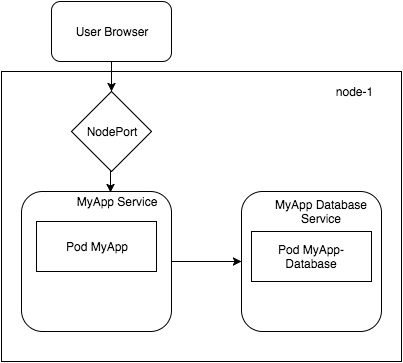
This is Kubernetes_diagram.png from ryanfox1985/kubernetes_example, a draw.io export, as it was before one commit. Source tidied: cells renumbered, new cells last; positions are measured from the earlier drawing's top-left corner, leaving out a move shared by most shapes.
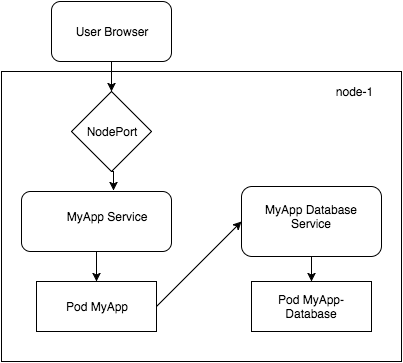
The same diagram one commit later.

Change to the diagram source:
```diff
@@ -8,20 +8,28 @@
     <mxCell id="3" value="node-1" style="text;html=1;strokeColor=none;fillColor=none;align=center;verticalAlign=middle;whiteSpace=wrap;" parent="1" vertex="1">
       <mxGeometry x="325" y="80" width="55" height="20" as="geometry" />
     </mxCell>
+    <mxCell id="15" style="edgeStyle=orthogonalEdgeStyle;rounded=0;html=1;exitX=0.5;exitY=1;entryX=0.5;entryY=0;jettySize=auto;" parent="1" edge="1" source="4" target="8">
+      <mxGeometry relative="1" as="geometry" />
+    </mxCell>
     <mxCell id="4" style="rounded=1;whiteSpace=wrap;html=1;" parent="1" vertex="1">
-      <mxGeometry x="20" y="190" width="150" height="140" as="geometry" />
+      <mxGeometry x="20" y="190" width="150" height="60" as="geometry" />
     </mxCell>
-    <mxCell id="5" style="edgeStyle=orthogonalEdgeStyle;rounded=0;html=1;exitX=0.5;exitY=1;entryX=0.433;entryY=0.05;entryPerimeter=0;jettySize=auto;" parent="1" edge="1" source="6" target="7">
-      <mxGeometry relative="1" as="geometry" />
+    <mxCell id="5" style="edgeStyle=orthogonalEdgeStyle;rounded=0;html=1;exitX=0.5;exitY=1;jettySize=auto;" parent="1" edge="1" source="6">
+      <mxGeometry relative="1" as="geometry">
+        <mxPoint x="112" y="189" as="targetPoint" />
+        <Array as="points">
+          <mxPoint x="112" y="170" />
+        </Array>
+      </mxGeometry>
     </mxCell>
     <mxCell id="6" value="NodePort" style="rhombus;whiteSpace=wrap;html=1;" parent="1" vertex="1">
       <mxGeometry x="70" y="90" width="80" height="80" as="geometry" />
     </mxCell>
     <mxCell id="7" value="MyApp Service" style="text;html=1;strokeColor=none;fillColor=none;align=center;verticalAlign=middle;whiteSpace=wrap;" parent="1" vertex="1">
-      <mxGeometry x="70" y="190" width="90" height="20" as="geometry" />
+      <mxGeometry x="60" y="205" width="90" height="20" as="geometry" />
     </mxCell>
     <mxCell id="8" value="Pod MyApp" style="whiteSpace=wrap;html=1;" parent="1" vertex="1">
-      <mxGeometry x="35" y="220" width="120" height="50" as="geometry" />
+      <mxGeometry x="35" y="280" width="120" height="50" as="geometry" />
     </mxCell>
     <mxCell id="9" value="User Browser" style="rounded=1;whiteSpace=wrap;html=1;" parent="1" vertex="1">
       <mxGeometry x="50" width="120" height="60" as="geometry" />
@@ -29,17 +37,23 @@
     <mxCell id="10" style="endArrow=classic;html=1;exitX=0.5;exitY=1;entryX=0.5;entryY=0;" parent="1" edge="1" source="9" target="6">
       <mxGeometry relative="1" as="geometry" />
     </mxCell>
+    <mxCell id="16" style="edgeStyle=orthogonalEdgeStyle;rounded=0;html=1;exitX=0.5;exitY=1;entryX=0.5;entryY=0;jettySize=auto;" parent="1" edge="1" source="11" target="13">
+      <mxGeometry relative="1" as="geometry" />
+    </mxCell>
     <mxCell id="11" style="rounded=1;whiteSpace=wrap;html=1;" parent="1" vertex="1">
-      <mxGeometry x="240" y="190" width="140" height="140" as="geometry" />
+      <mxGeometry x="240" y="185" width="140" height="70" as="geometry" />
     </mxCell>
     <mxCell id="12" value="MyApp Database Service" style="text;html=1;strokeColor=none;fillColor=none;align=center;verticalAlign=middle;whiteSpace=wrap;" parent="1" vertex="1">
-      <mxGeometry x="270" y="200" width="100" height="20" as="geometry" />
+      <mxGeometry x="260" y="205" width="100" height="20" as="geometry" />
     </mxCell>
     <mxCell id="13" value="Pod MyApp-Database" style="whiteSpace=wrap;html=1;" parent="1" vertex="1">
-      <mxGeometry x="250" y="230" width="120" height="50" as="geometry" />
+      <mxGeometry x="250" y="280" width="120" height="50" as="geometry" />
     </mxCell>
-    <mxCell id="14" style="endArrow=classic;html=1;entryX=0;entryY=0.5;exitX=1;exitY=0.5;" parent="1" edge="1" source="4" target="11">
+    <mxCell id="14" style="endArrow=classic;html=1;entryX=0;entryY=0.5;exitX=1;exitY=0.5;" parent="1" edge="1" source="8" target="11">
       <mxGeometry relative="1" as="geometry" />
     </mxCell>
+    <mxCell id="17" style="edgeStyle=orthogonalEdgeStyle;rounded=0;html=1;exitX=0.5;exitY=1;entryX=0.5;entryY=1;jettySize=auto;orthogonalLoop=1;" parent="1" edge="1" source="7" target="7">
+      <mxGeometry relative="1" as="geometry" />
+    </mxCell>
   </root>
 </mxGraphModel>
```
